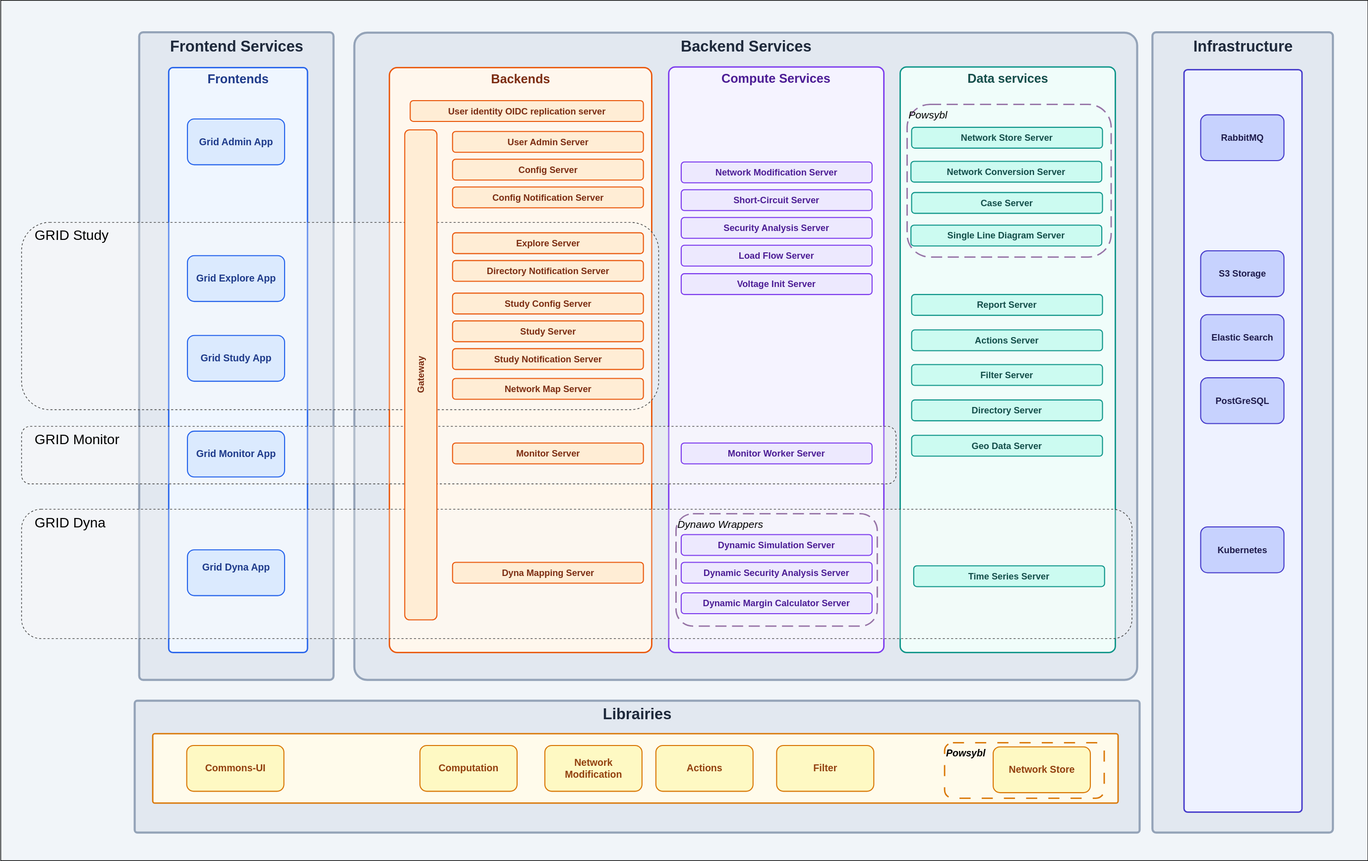
The draw.io diagram diagrams/BackendFrontend.drawio.svg in gridsuite/documentation, before a commit. Source tidied: cells renumbered, new cells last; positions are measured from the earlier drawing's top-left corner, leaving out a move shared by most shapes.
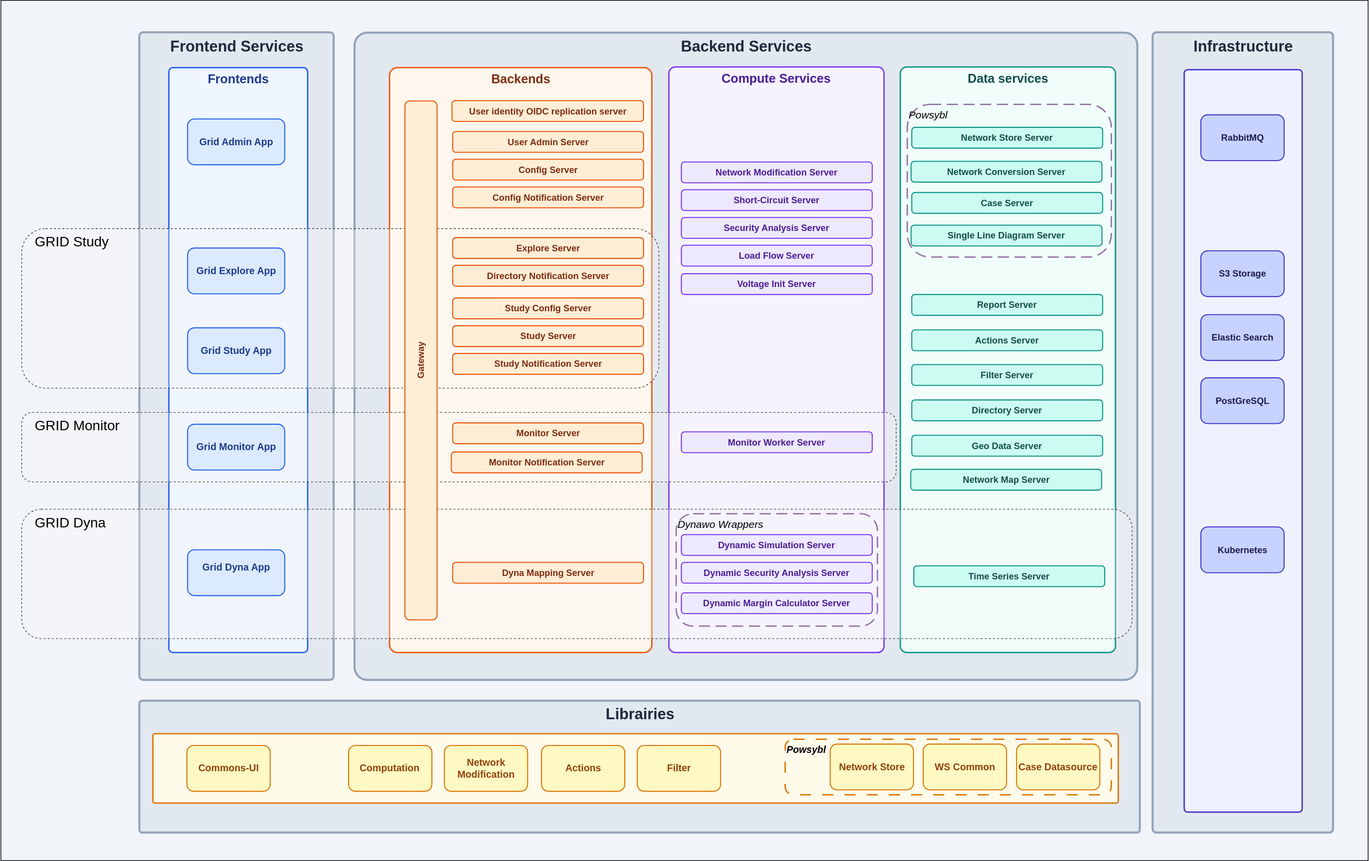
The same file after the commit.

Commit message:
Adjust microservices diagram (#38)

Diff of the diagram source:
```diff
@@ -33,13 +33,13 @@
       <mxGeometry x="651" y="810" width="275" height="30" as="geometry" />
     </mxCell>
     <mxCell id="12" value="User identity OIDC replication server" style="rounded=1;whiteSpace=wrap;html=1;fontSize=13;fontStyle=1;fillColor=#FFEDD5;strokeColor=#EA580C;strokeWidth=1.5;fontColor=#7C2D12;" parent="1" vertex="1">
-      <mxGeometry x="590" y="144.5" width="336" height="30" as="geometry" />
+      <mxGeometry x="650" y="144.5" width="276" height="30" as="geometry" />
     </mxCell>
     <mxCell id="13" value="   GRID Study " style="rounded=1;whiteSpace=wrap;html=1;fillColor=#F5F5F54D;align=left;verticalAlign=top;fontSize=20;strokeWidth=1;strokeColor=light-dark(#404040,#FFFFFF);gradientColor=none;dashed=1;" parent="1" vertex="1">
-      <mxGeometry x="30" y="320" width="918" height="270" as="geometry" />
+      <mxGeometry x="30" y="329" width="918" height="230" as="geometry" />
     </mxCell>
     <mxCell id="14" value="   GRID Monitor " style="rounded=1;whiteSpace=wrap;html=1;fillColor=#F5F5F54D;align=left;verticalAlign=top;fontSize=20;strokeWidth=1;strokeColor=light-dark(#404040,#FFFFFF);fontFamily=Helvetica;fontColor=default;dashed=1;gradientColor=none;" parent="1" vertex="1">
-      <mxGeometry x="30" y="614" width="1260" height="83" as="geometry" />
+      <mxGeometry x="30" y="594" width="1260" height="100" as="geometry" />
     </mxCell>
     <mxCell id="15" value="Powsybl" style="rounded=1;whiteSpace=wrap;html=1;align=left;verticalAlign=top;dashed=1;fillColor=none;strokeColor=light-dark(#9673a6, #7ea573);strokeWidth=2;dashPattern=8 4;fontSize=15;fontStyle=2;" parent="1" vertex="1">
       <mxGeometry x="1306" y="150" width="294" height="220" as="geometry" />
@@ -48,13 +48,13 @@
       <mxGeometry x="269" y="171" width="140" height="66" as="geometry" />
     </mxCell>
     <mxCell id="17" value="Grid Explore App" style="rounded=1;whiteSpace=wrap;html=1;fontSize=14;fontStyle=1;fillColor=#DBEAFE;strokeColor=#2563EB;strokeWidth=1.5;fontColor=#1E3A8A;" parent="1" vertex="1">
-      <mxGeometry x="269" y="368" width="140" height="66" as="geometry" />
+      <mxGeometry x="269" y="357" width="140" height="66" as="geometry" />
     </mxCell>
     <mxCell id="18" value="Grid Study App" style="rounded=1;whiteSpace=wrap;html=1;fontSize=14;fontStyle=1;fillColor=#DBEAFE;strokeColor=#2563EB;strokeWidth=1.5;fontColor=#1E3A8A;" parent="1" vertex="1">
-      <mxGeometry x="269" y="483" width="140" height="66" as="geometry" />
+      <mxGeometry x="269" y="472" width="140" height="66" as="geometry" />
     </mxCell>
     <mxCell id="19" value="Grid Monitor App" style="rounded=1;whiteSpace=wrap;html=1;fontSize=14;fontStyle=1;fillColor=#DBEAFE;strokeColor=#2563EB;strokeWidth=1.5;fontColor=#1E3A8A;" parent="1" vertex="1">
-      <mxGeometry x="269" y="621" width="140" height="66" as="geometry" />
+      <mxGeometry x="269" y="611" width="140" height="66" as="geometry" />
     </mxCell>
     <mxCell id="20" value="User Admin Server" style="rounded=1;whiteSpace=wrap;html=1;fontSize=13;fontStyle=1;fillColor=#FFEDD5;strokeColor=#EA580C;strokeWidth=1.5;fontColor=#7C2D12;" parent="1" vertex="1">
       <mxGeometry x="651" y="189" width="275" height="30" as="geometry" />
@@ -66,22 +66,22 @@
       <mxGeometry x="651" y="269" width="275" height="30" as="geometry" />
     </mxCell>
     <mxCell id="23" value="Explore Server" style="rounded=1;whiteSpace=wrap;html=1;fontSize=13;fontStyle=1;fillColor=#FFEDD5;strokeColor=#EA580C;strokeWidth=1.5;fontColor=#7C2D12;" parent="1" vertex="1">
-      <mxGeometry x="651" y="335" width="275" height="30" as="geometry" />
+      <mxGeometry x="651" y="342" width="275" height="30" as="geometry" />
     </mxCell>
     <mxCell id="24" value="Directory Notification Server" style="rounded=1;whiteSpace=wrap;html=1;fontSize=13;fontStyle=1;fillColor=#FFEDD5;strokeColor=#EA580C;strokeWidth=1.5;fontColor=#7C2D12;" parent="1" vertex="1">
-      <mxGeometry x="651" y="375" width="275" height="30" as="geometry" />
+      <mxGeometry x="651" y="382" width="275" height="30" as="geometry" />
     </mxCell>
     <mxCell id="25" value="Study Config Server" style="rounded=1;whiteSpace=wrap;html=1;fontSize=13;fontStyle=1;fillColor=#FFEDD5;strokeColor=#EA580C;strokeWidth=1.5;fontColor=#7C2D12;" parent="1" vertex="1">
-      <mxGeometry x="651" y="422" width="275" height="30" as="geometry" />
+      <mxGeometry x="651" y="429" width="275" height="30" as="geometry" />
     </mxCell>
     <mxCell id="26" value="Study Server" style="rounded=1;whiteSpace=wrap;html=1;fontSize=13;fontStyle=1;fillColor=#FFEDD5;strokeColor=#EA580C;strokeWidth=1.5;fontColor=#7C2D12;" parent="1" vertex="1">
-      <mxGeometry x="651" y="462" width="275" height="30" as="geometry" />
+      <mxGeometry x="651" y="469" width="275" height="30" as="geometry" />
     </mxCell>
     <mxCell id="27" value="Study Notification Server" style="rounded=1;whiteSpace=wrap;html=1;fontSize=13;fontStyle=1;fillColor=#FFEDD5;strokeColor=#EA580C;strokeWidth=1.5;fontColor=#7C2D12;" parent="1" vertex="1">
-      <mxGeometry x="651" y="502" width="275" height="30" as="geometry" />
+      <mxGeometry x="651" y="509" width="275" height="30" as="geometry" />
     </mxCell>
     <mxCell id="28" value="Monitor Server" style="rounded=1;whiteSpace=wrap;html=1;fontSize=13;fontStyle=1;fillColor=#FFEDD5;strokeColor=#EA580C;strokeWidth=1.5;fontColor=#7C2D12;" parent="1" vertex="1">
-      <mxGeometry x="651" y="638" width="275" height="30" as="geometry" />
+      <mxGeometry x="651" y="609" width="275" height="30" as="geometry" />
     </mxCell>
     <mxCell id="29" value="Single Line Diagram Server" style="rounded=1;whiteSpace=wrap;html=1;fontSize=13;fontStyle=1;fillColor=#CCFBF1;strokeColor=#0D9488;strokeWidth=1.5;fontColor=#134E4A;align=center;verticalAlign=middle;fontFamily=Helvetica;" parent="1" vertex="1">
       <mxGeometry x="1311.5" y="324" width="275" height="30" as="geometry" />
@@ -101,14 +101,14 @@
     <mxCell id="34" value="Load Flow Server" style="rounded=1;whiteSpace=wrap;html=1;fontSize=13;fontStyle=1;fillColor=#EDE9FE;strokeColor=#7C3AED;strokeWidth=1.5;fontColor=#4C1D95;" parent="1" vertex="1">
       <mxGeometry x="980.5" y="353" width="275" height="30" as="geometry" />
     </mxCell>
-    <mxCell id="35" value="Network Map Server" style="rounded=1;whiteSpace=wrap;html=1;fontSize=13;fontStyle=1;fillColor=#FFEDD5;strokeColor=#EA580C;strokeWidth=1.5;fontColor=#7C2D12;align=center;verticalAlign=middle;fontFamily=Helvetica;" parent="1" vertex="1">
-      <mxGeometry x="651" y="545" width="275" height="30" as="geometry" />
+    <mxCell id="35" value="Network Map Server" style="rounded=1;whiteSpace=wrap;html=1;fontSize=13;fontStyle=1;fillColor=#CCFBF1;strokeColor=#0D9488;strokeWidth=1.5;fontColor=#134E4A;align=center;verticalAlign=middle;fontFamily=Helvetica;" parent="1" vertex="1">
+      <mxGeometry x="1311" y="676" width="275" height="30" as="geometry" />
     </mxCell>
     <mxCell id="36" value="Voltage Init Server" style="rounded=1;whiteSpace=wrap;html=1;fontSize=13;fontStyle=1;fillColor=#EDE9FE;strokeColor=#7C3AED;strokeWidth=1.5;fontColor=#4C1D95;" parent="1" vertex="1">
       <mxGeometry x="980.5" y="394" width="275" height="30" as="geometry" />
     </mxCell>
     <mxCell id="37" value="Monitor Worker Server" style="rounded=1;whiteSpace=wrap;html=1;fontSize=13;fontStyle=1;fillColor=#EDE9FE;strokeColor=#7C3AED;strokeWidth=1.5;fontColor=#4C1D95;" parent="1" vertex="1">
-      <mxGeometry x="980.5" y="638" width="275" height="30" as="geometry" />
+      <mxGeometry x="980.5" y="622" width="275" height="30" as="geometry" />
     </mxCell>
     <mxCell id="38" value="Case Server" style="rounded=1;whiteSpace=wrap;html=1;fontSize=13;fontStyle=1;fillColor=#CCFBF1;strokeColor=#0D9488;strokeWidth=1.5;fontColor=#134E4A;" parent="1" vertex="1">
       <mxGeometry x="1312.5" y="277" width="275" height="30" as="geometry" />
@@ -132,7 +132,7 @@
       <mxGeometry x="1312.5" y="627" width="275" height="30" as="geometry" />
     </mxCell>
     <mxCell id="45" value="Librairies" style="rounded=1;whiteSpace=wrap;html=1;verticalAlign=top;fontSize=22;fontStyle=1;fillColor=#E2E8F0;fontColor=#1E293B;strokeColor=#94A3B8;strokeWidth=3;arcSize=2;align=center;fontFamily=Helvetica;" parent="1" vertex="1">
-      <mxGeometry x="193.5" y="1010" width="1448" height="190" as="geometry" />
+      <mxGeometry x="200" y="1010" width="1441.5" height="190" as="geometry" />
     </mxCell>
     <mxCell id="46" value="Infrastructure" style="rounded=1;whiteSpace=wrap;html=1;verticalAlign=top;fontSize=22;fontStyle=1;fillColor=#E2E8F0;fontColor=#1E293B;strokeColor=#94A3B8;strokeWidth=3;arcSize=2;align=center;fontFamily=Helvetica;" parent="1" vertex="1">
       <mxGeometry x="1660" y="46.5" width="260" height="1153.5" as="geometry" />
@@ -158,29 +158,29 @@
     <mxCell id="53" value="Kubernetes" style="rounded=1;whiteSpace=wrap;html=1;fontSize=13;fontStyle=1;fillColor=#C7D2FE;strokeColor=#4338CA;strokeWidth=1.5;fontColor=#1E1B4B;" parent="1" vertex="1">
       <mxGeometry x="1729" y="759" width="120" height="66" as="geometry" />
     </mxCell>
-    <mxCell id="54" value="Commons-UI" style="rounded=1;whiteSpace=wrap;html=1;fontSize=14;fontStyle=1;fillColor=#FEF9C3;strokeColor=#D97706;strokeWidth=1.5;fontColor=#92400E;" parent="1" vertex="1">
-      <mxGeometry x="268" y="1074" width="140" height="66" as="geometry" />
+    <mxCell id="54" value="Commons-UI" style="whiteSpace=wrap;html=1;fontSize=14;fillColor=#FEF9C3;strokeColor=#D97706;fontColor=#92400E;rounded=1;fontStyle=1;strokeWidth=1.5;" parent="1" vertex="1">
+      <mxGeometry x="268" y="1074" width="120" height="66" as="geometry" />
     </mxCell>
     <mxCell id="55" value="Computation" style="rounded=1;whiteSpace=wrap;html=1;fontSize=14;fontStyle=1;fillColor=#FEF9C3;strokeColor=#D97706;strokeWidth=1.5;fontColor=#92400E;" parent="1" vertex="1">
-      <mxGeometry x="604" y="1074" width="140" height="66" as="geometry" />
+      <mxGeometry x="501" y="1074" width="120" height="66" as="geometry" />
     </mxCell>
     <mxCell id="56" value="Network Modification" style="rounded=1;whiteSpace=wrap;html=1;fontSize=14;fontStyle=1;fillColor=#FEF9C3;strokeColor=#D97706;strokeWidth=1.5;fontColor=#92400E;" parent="1" vertex="1">
-      <mxGeometry x="784" y="1074" width="140" height="66" as="geometry" />
+      <mxGeometry x="639" y="1074" width="120" height="66" as="geometry" />
     </mxCell>
     <mxCell id="57" value="Actions" style="rounded=1;whiteSpace=wrap;html=1;fontSize=14;fontStyle=1;fillColor=#FEF9C3;strokeColor=#D97706;strokeWidth=1.5;fontColor=#92400E;" parent="1" vertex="1">
-      <mxGeometry x="944" y="1074" width="140" height="66" as="geometry" />
+      <mxGeometry x="779" y="1074" width="120" height="66" as="geometry" />
     </mxCell>
     <mxCell id="58" value="Filter" style="rounded=1;whiteSpace=wrap;html=1;fontSize=14;fontStyle=1;fillColor=#FEF9C3;strokeColor=#D97706;strokeWidth=1.5;fontColor=#92400E;" parent="1" vertex="1">
-      <mxGeometry x="1118" y="1074" width="140" height="66" as="geometry" />
+      <mxGeometry x="917" y="1074" width="120" height="66" as="geometry" />
     </mxCell>
     <mxCell id="59" value="Gateway" style="rounded=1;whiteSpace=wrap;html=1;fontSize=13;fontStyle=1;fillColor=#FFEDD5;strokeColor=#EA580C;strokeWidth=1.5;fontColor=#7C2D12;rotation=-90;" parent="1" vertex="1">
-      <mxGeometry x="252.2" y="516.6" width="706.2" height="46.4" as="geometry" />
+      <mxGeometry x="231.4" y="495.8" width="747.8" height="46.4" as="geometry" />
     </mxCell>
     <mxCell id="60" value="Network Store" style="rounded=1;whiteSpace=wrap;html=1;fontSize=14;fontStyle=1;fillColor=#FEF9C3;strokeColor=#D97706;strokeWidth=1.5;fontColor=#92400E;" parent="1" vertex="1">
-      <mxGeometry x="1430" y="1076" width="140" height="66" as="geometry" />
+      <mxGeometry x="1195" y="1072" width="120" height="66" as="geometry" />
     </mxCell>
     <mxCell id="61" value="&lt;i&gt;&lt;font style=&quot;color: light-dark(rgb(0, 0, 0), rgb(255, 255, 255));&quot;&gt;Powsybl&lt;/font&gt;&lt;/i&gt;" style="rounded=1;whiteSpace=wrap;html=1;fontSize=14;fontStyle=1;fillColor=none;strokeColor=#D97706;strokeWidth=2;fontColor=#92400E;gradientColor=none;dashed=1;dashPattern=8 8;align=left;verticalAlign=top;" parent="1" vertex="1">
-      <mxGeometry x="1360" y="1070" width="230" height="80" as="geometry" />
+      <mxGeometry x="1130" y="1065" width="470" height="80" as="geometry" />
     </mxCell>
     <mxCell id="62" value="Dynawo Wrappers" style="rounded=1;whiteSpace=wrap;html=1;align=left;verticalAlign=top;dashed=1;fillColor=none;strokeColor=#9673a6;strokeWidth=2;dashPattern=8 4;fontSize=15;fontStyle=2;" parent="1" vertex="1">
       <mxGeometry x="973" y="740" width="290" height="162" as="geometry" />
@@ -197,5 +197,14 @@
     <mxCell id="66" value="Time Series Server" style="rounded=1;whiteSpace=wrap;html=1;fontSize=13;fontStyle=1;fillColor=#CCFBF1;strokeColor=#0D9488;strokeWidth=1.5;fontColor=#134E4A;" parent="1" vertex="1">
       <mxGeometry x="1315.5" y="815" width="275" height="30" as="geometry" />
     </mxCell>
+    <mxCell id="67" value="Monitor Notification Server" style="rounded=1;whiteSpace=wrap;html=1;fontSize=13;fontStyle=1;fillColor=#FFEDD5;strokeColor=#EA580C;strokeWidth=1.5;fontColor=#7C2D12;" parent="1" vertex="1">
+      <mxGeometry x="649" y="651" width="275" height="30" as="geometry" />
+    </mxCell>
+    <mxCell id="68" value="WS Common" style="rounded=1;whiteSpace=wrap;html=1;fontSize=14;fontStyle=1;fillColor=#FEF9C3;strokeColor=#D97706;strokeWidth=1.5;fontColor=#92400E;" parent="1" vertex="1">
+      <mxGeometry x="1329" y="1072" width="120" height="66" as="geometry" />
+    </mxCell>
+    <mxCell id="69" value="Case Datasource" style="rounded=1;whiteSpace=wrap;html=1;fontSize=14;fontStyle=1;fillColor=#FEF9C3;strokeColor=#D97706;strokeWidth=1.5;fontColor=#92400E;" parent="1" vertex="1">
+      <mxGeometry x="1463.5" y="1072" width="120" height="66" as="geometry" />
+    </mxCell>
   </root>
 </mxGraphModel>
```
